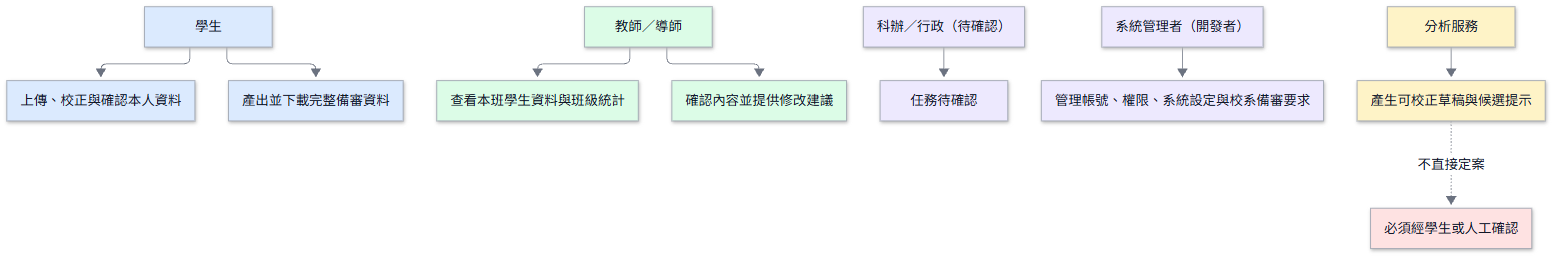
Earlier version of the Mermaid export docs/images/D-14-role-responsibility.png (vujhdcusa/1028). Its source is kept beside it as docs/images/D-14-role-responsibility.mmd. Its diagram source:
```mermaid
%%{init: {'theme':'base','themeVariables': {'fontFamily':'Microsoft JhengHei, Noto Sans TC, Arial, sans-serif','primaryColor':'#F3F4F6','primaryTextColor':'#111827','primaryBorderColor':'#9CA3AF','lineColor':'#6B7280','edgeLabelBackground':'#FFFFFF'},'flowchart':{'wrappingWidth':400}}}%%
flowchart TD
    classDef student fill:#DBEAFE,stroke:#9CA3AF,color:#111827,stroke-width:1px;
    classDef teacher fill:#DCFCE7,stroke:#9CA3AF,color:#111827,stroke-width:1px;
    classDef staff fill:#EDE9FE,stroke:#9CA3AF,color:#111827,stroke-width:1px;
    classDef ai fill:#FEF3C7,stroke:#9CA3AF,color:#111827,stroke-width:1px;
    classDef alert fill:#FEE2E2,stroke:#9CA3AF,color:#111827,stroke-width:1px;

    Student[學生]:::student --> S1[上傳、校正與確認本人資料]:::student
    Student --> S2[產出並下載完整備審資料]:::student
    Teacher[教師／導師]:::teacher --> T1[查看本班學生資料與班級統計]:::teacher
    Teacher --> T2[確認內容並提供修改建議]:::teacher
    Staff[科辦／行政（待確認）]:::staff --> F1[任務待確認]:::staff
    Admin[系統管理者（開發者）]:::staff --> A1[管理帳號、權限、系統設定與校系備審要求]:::staff
    Agent[分析服務]:::ai --> G1[產生可校正草稿與候選提示]:::ai
    G1 -.不直接定案.-> Block[必須經學生或人工確認]:::alert
```
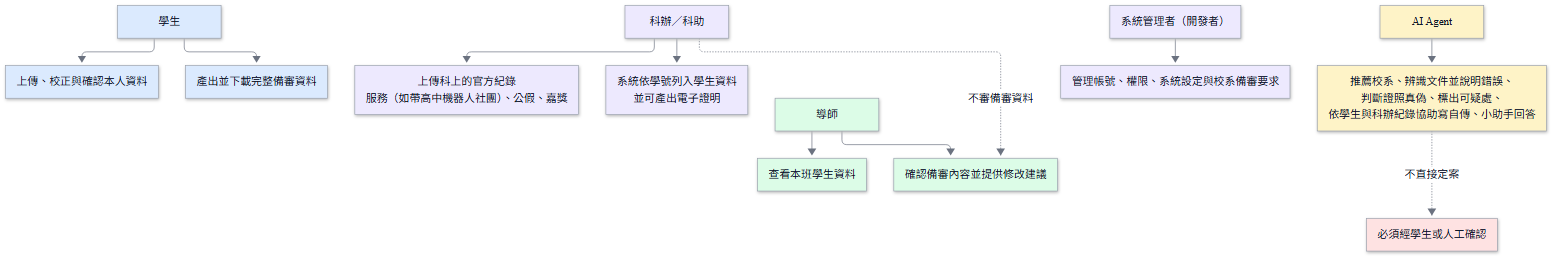
After the change.

The edit, as a diff of the source:
```diff
@@ -8,9 +8,11 @@
 
     Student[學生]:::student --> S1[上傳、校正與確認本人資料]:::student
     Student --> S2[產出並下載完整備審資料]:::student
-    Teacher[教師／導師]:::teacher --> T1[查看本班學生資料與班級統計]:::teacher
-    Teacher --> T2[確認內容並提供修改建議]:::teacher
-    Staff[科辦／行政（待確認）]:::staff --> F1[任務待確認]:::staff
+    Teacher[導師]:::teacher --> T1[查看本班學生資料]:::teacher
+    Teacher --> T2[確認備審內容並提供修改建議]:::teacher
+    Staff[科辦／科助]:::staff --> F1[上傳科上的官方紀錄<br/>服務（如帶高中機器人社團）、公假、嘉獎]:::staff
+    Staff --> F2[系統依學號列入學生資料<br/>並可產出電子證明]:::staff
+    Staff -.不審備審資料.-> T2
     Admin[系統管理者（開發者）]:::staff --> A1[管理帳號、權限、系統設定與校系備審要求]:::staff
-    Agent[分析服務]:::ai --> G1[產生可校正草稿與候選提示]:::ai
+    Agent[AI Agent]:::ai --> G1[推薦校系、辨識文件並說明錯誤、<br/>判斷證照真偽、標出可疑處、<br/>依學生與科辦紀錄協助寫自傳、小助手回答]:::ai
     G1 -.不直接定案.-> Block[必須經學生或人工確認]:::alert
```
